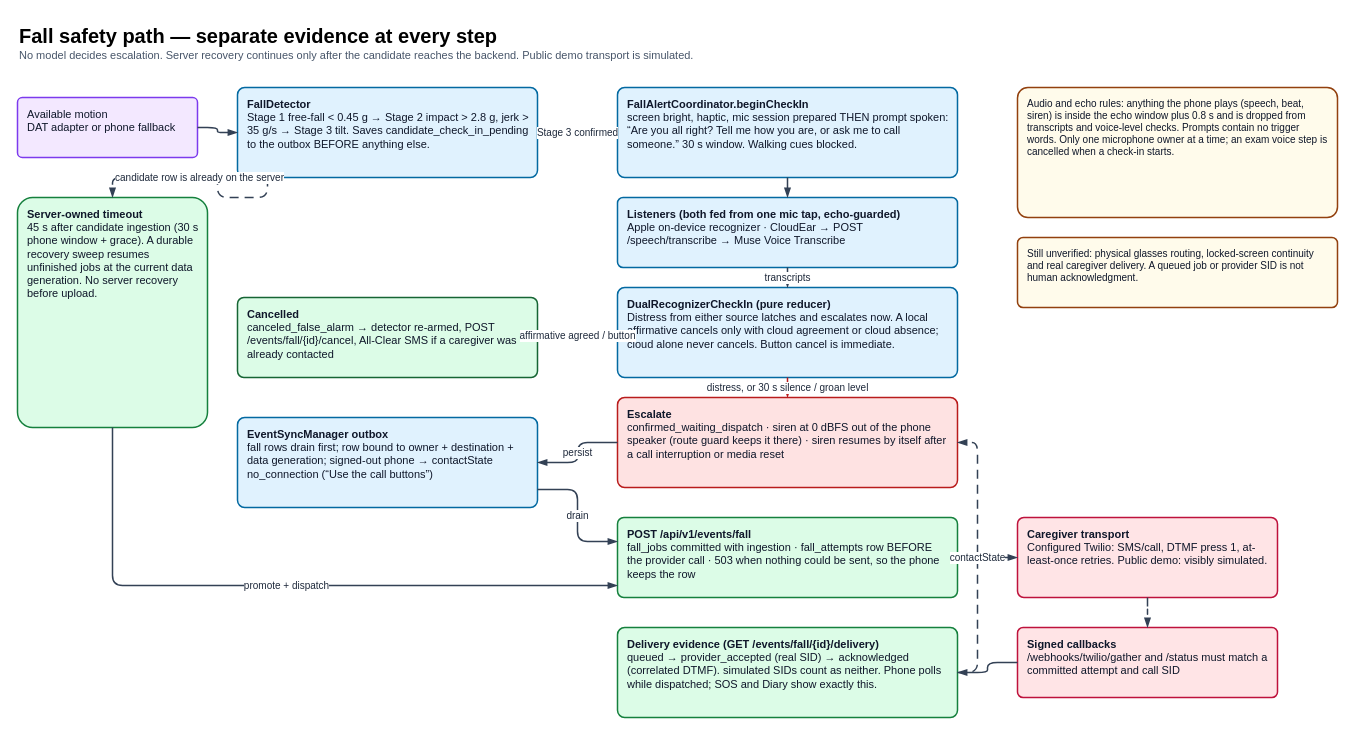
theloopsmith/Cadence keeps this draw.io diagram as page "2 Fall safety path" (2 of 5) of docs/cadence_architecture.drawio. Above is the earlier version. Source tidied: cells renumbered, new cells numbered last; positions are measured from the earlier drawing's top-left corner, leaving out a move shared by most shapes. Both pictures are drawn from the tidied source at 100%, with x=0, y=0 at pixel (17, 17).
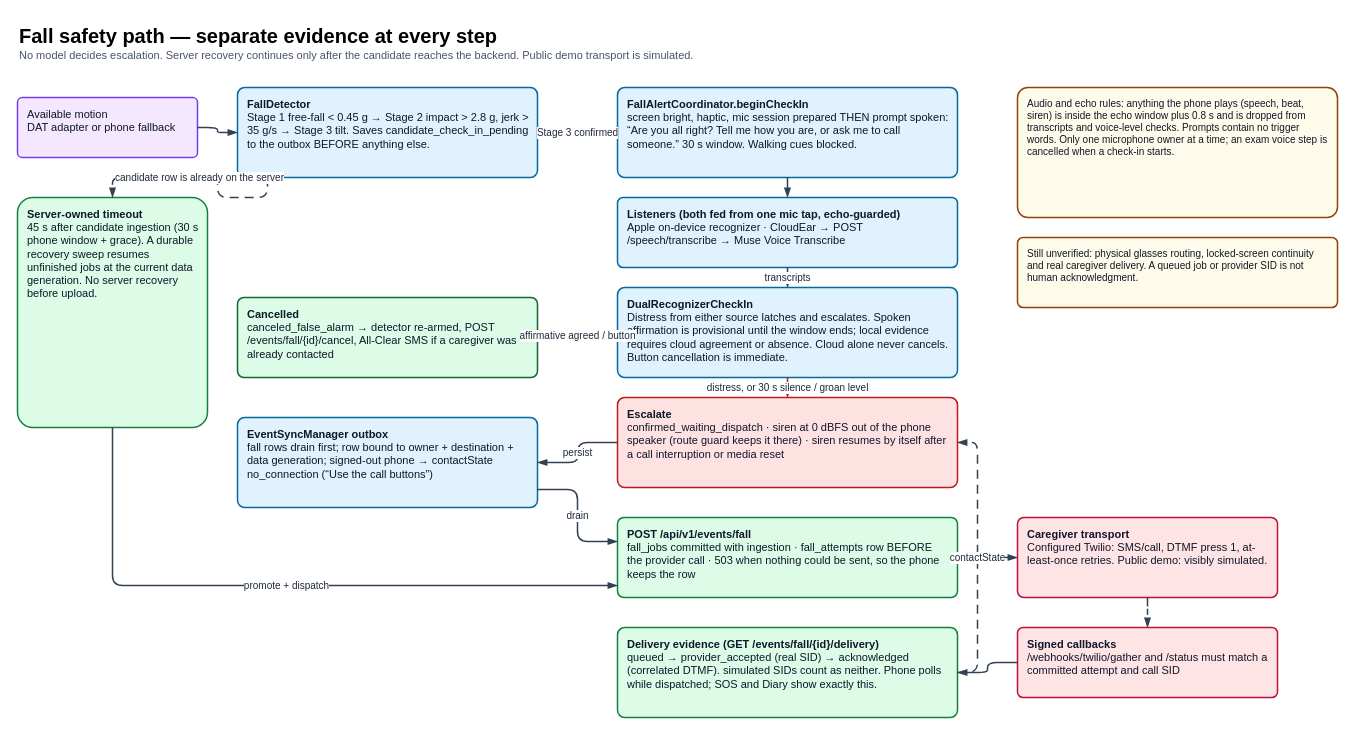
The same diagram, later.

Diff of the diagram source:
```diff
@@
-    <mxCell id="7" value="&lt;b&gt;DualRecognizerCheckIn (pure reducer)&lt;/b&gt;&lt;br/&gt;Distress from either source latches and escalates now. A local affirmative cancels only with cloud agreement or cloud absence; cloud alone never cancels. Button cancel is immediate." style="rounded=1;arcSize=8;whiteSpace=wrap;html=1;fillColor=#E0F2FE;strokeColor=#0369A1;fontColor=#0F172A;fontSize=11;align=left;verticalAlign=top;spacingLeft=8;spacingRight=8;spacingTop=4;strokeWidth=1.5;" parent="1" vertex="1">
+    <mxCell id="7" value="&lt;b&gt;DualRecognizerCheckIn&lt;/b&gt;&lt;br/&gt;Distress from either source latches and escalates. Spoken affirmation is provisional until the window ends; local evidence requires cloud agreement or absence. Cloud alone never cancels. Button cancellation is immediate." style="rounded=1;arcSize=8;whiteSpace=wrap;html=1;fillColor=#E0F2FE;strokeColor=#0369A1;fontColor=#0F172A;fontSize=11;align=left;verticalAlign=top;spacingLeft=8;spacingRight=8;spacingTop=4;strokeWidth=1.5;" parent="1" vertex="1">
       <mxGeometry x="600" y="270" width="340" height="90" as="geometry" />
     </mxCell>
```
